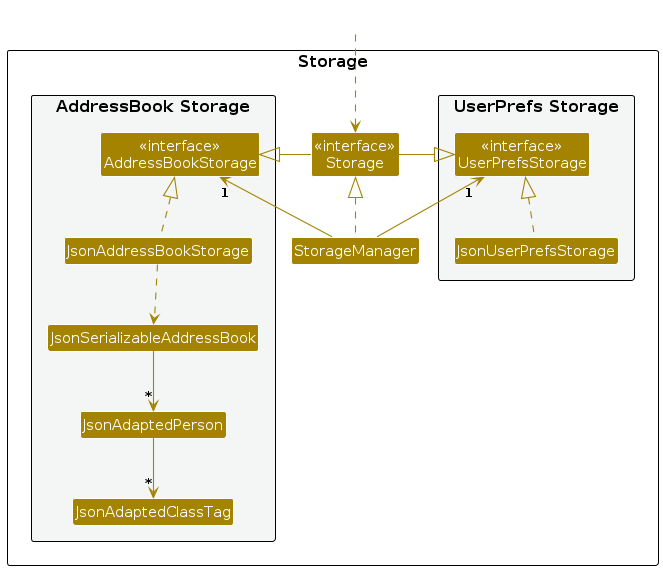
AY2526S1-CS2103T-F10-3/tp keeps this PlantUML diagram as diagrams/StorageClassDiagram.png. Above is the earlier version. Its source is kept beside it as diagrams/StorageClassDiagram.puml.
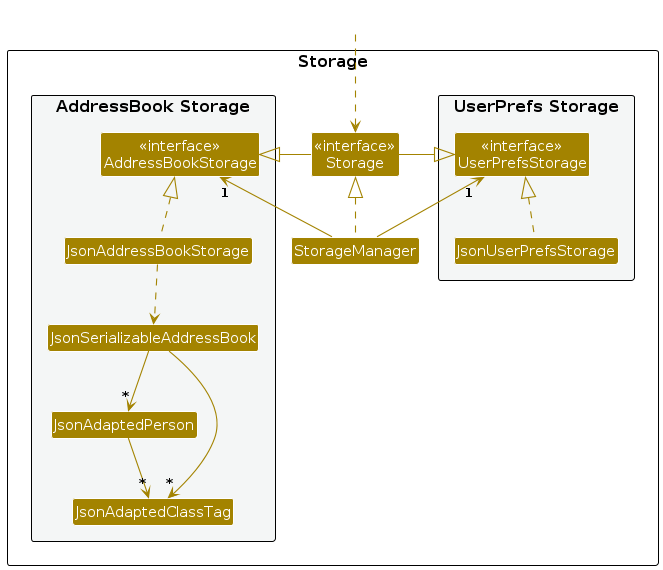
The same file after the commit.

Change to the diagram source:
```diff
@@ -38,6 +38,7 @@
 JsonAddressBookStorage .up.|> AddressBookStorage
 JsonAddressBookStorage ..> JsonSerializableAddressBook
 JsonSerializableAddressBook --> "*" JsonAdaptedPerson
+JsonSerializableAddressBook --> "*" JsonAdaptedClassTag
 JsonAdaptedPerson --> "*" JsonAdaptedClassTag
 
 @enduml
```
